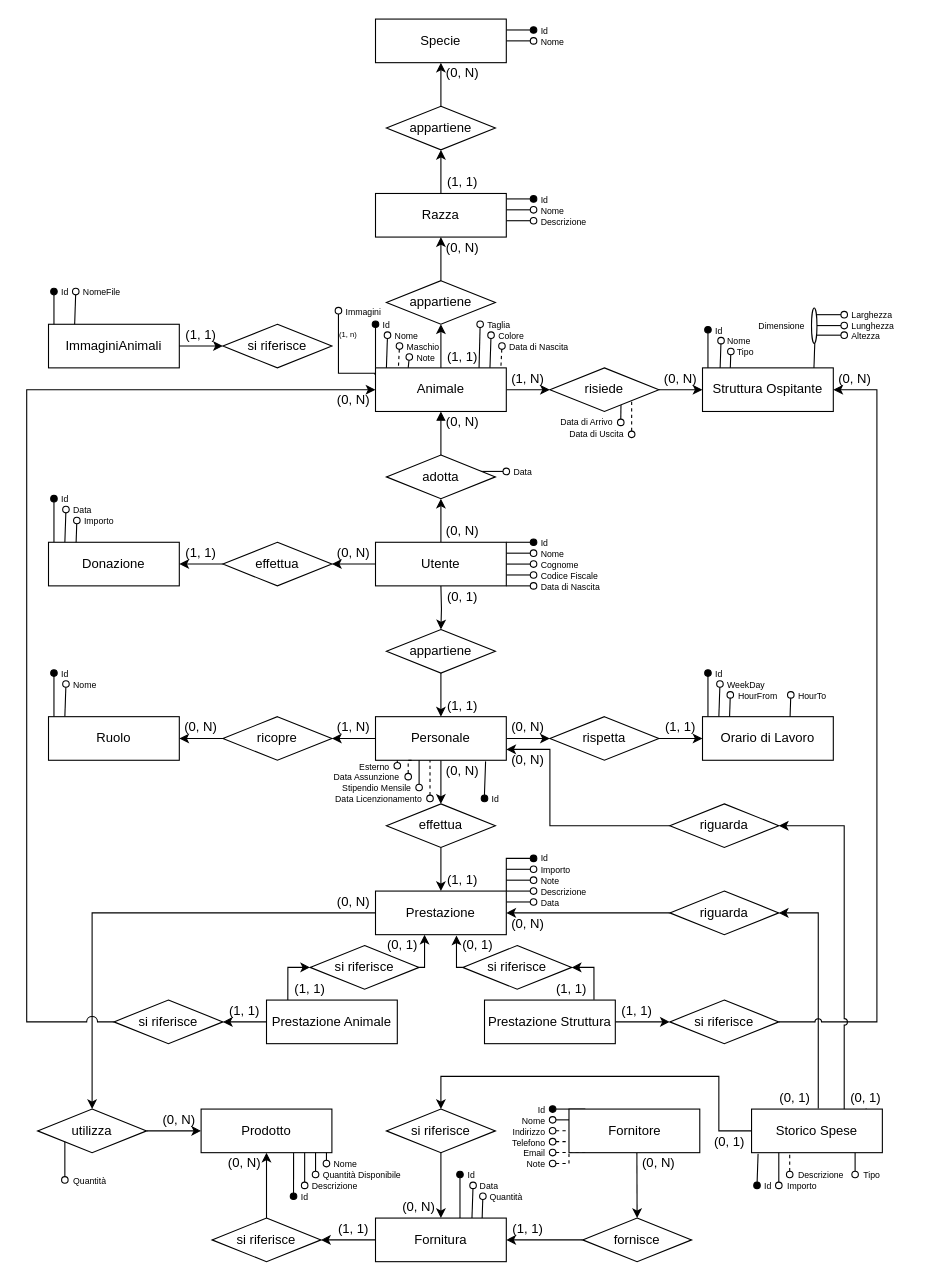
Above: 2102 Basi di Dati/project/ER/ER_ristrutturato.drawio in MatteoGalletta/university (draw.io), before the change. Source tidied: cells renumbered, new cells numbered last; positions are measured from the earlier drawing's top-left corner, leaving out a move shared by most shapes. Both pictures are drawn from the tidied source at 109%, with x=0, y=0 at pixel (26, 19).
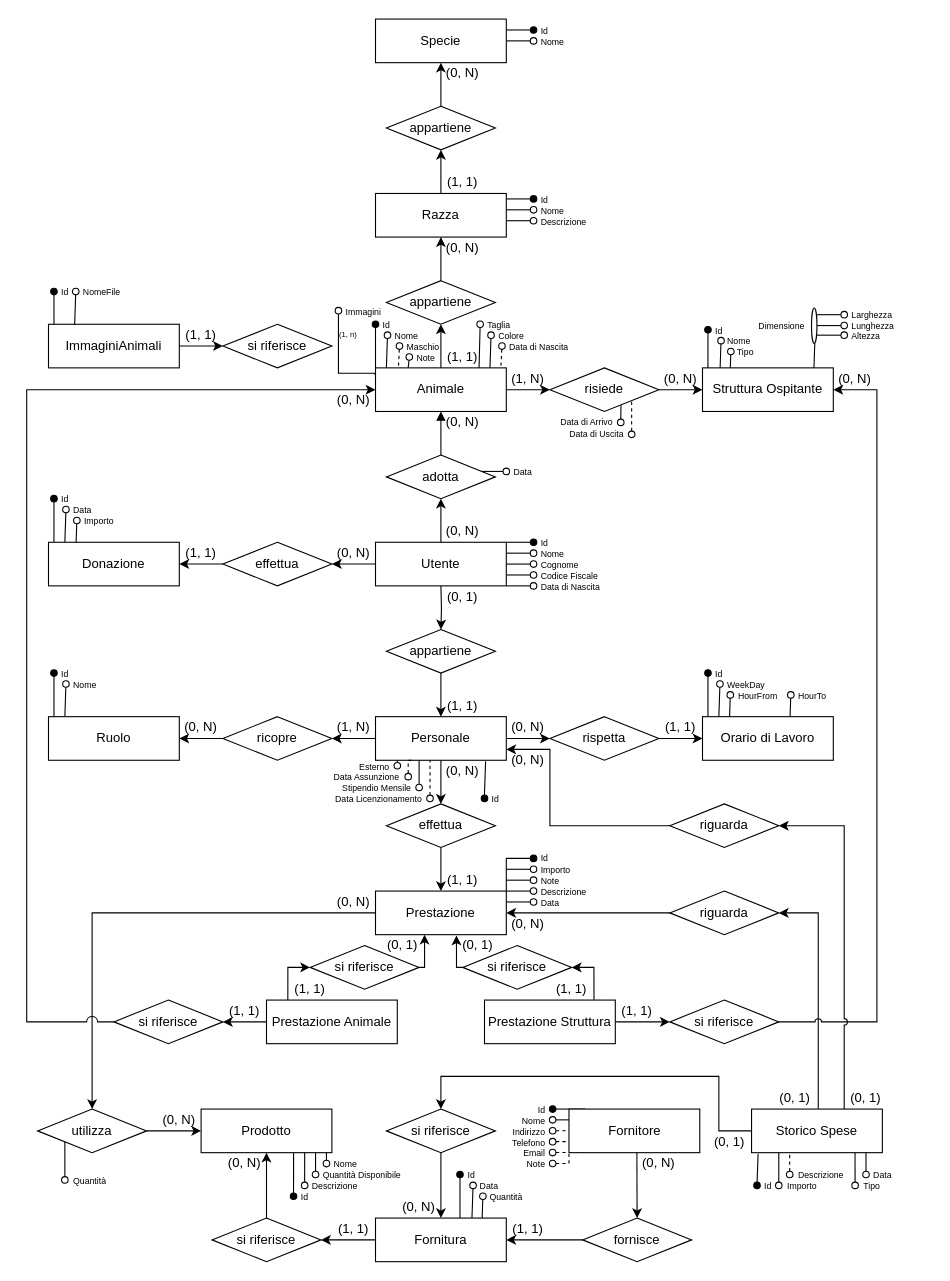
After the change.

Unchanged cells that the change refers to:
```xml
<mxCell id="19" value="riguarda" style="rhombus;whiteSpace=wrap;html=1;" parent="1" vertex="1">
  <mxGeometry x="590" y="720" width="100" height="40" as="geometry" />
</mxCell>
<mxCell id="21" value="riguarda" style="rhombus;whiteSpace=wrap;html=1;" parent="1" vertex="1">
  <mxGeometry x="590" y="800" width="100" height="40" as="geometry" />
</mxCell>
<mxCell id="26" value="(0, 1)" style="text;html=1;align=center;verticalAlign=middle;whiteSpace=wrap;rounded=0;" parent="1" vertex="1">
  <mxGeometry x="750" y="980" width="40" height="20" as="geometry" />
</mxCell>
<mxCell id="46" value="si riferisce" style="rhombus;whiteSpace=wrap;html=1;" parent="1" vertex="1">
  <mxGeometry x="330" y="1000" width="100" height="40" as="geometry" />
</mxCell>
```

Change to the diagram source:
```diff
@@
-    <mxCell id="16" style="edgeStyle=orthogonalEdgeStyle;rounded=0;orthogonalLoop=1;jettySize=auto;html=1;startArrow=oval;startFill=0;endArrow=none;endFill=0;" parent="1" edge="1">
-      <mxGeometry relative="1" as="geometry">
-        <mxPoint x="760" y="1060" as="sourcePoint" />
-        <mxPoint x="760" y="1040" as="targetPoint" />
-        <Array as="points">
-          <mxPoint x="760" y="1060" />
-        </Array>
-      </mxGeometry>
-    </mxCell>
-    <mxCell id="17" value="&lt;font style=&quot;font-size: 8px;&quot;&gt;Tipo&lt;/font&gt;" style="text;html=1;align=left;verticalAlign=middle;whiteSpace=wrap;rounded=0;spacingLeft=5;" parent="1" vertex="1">
-      <mxGeometry x="761" y="1055" width="60" height="10" as="geometry" />
-    </mxCell>
@@
-    <mxCell id="22" style="edgeStyle=orthogonalEdgeStyle;rounded=0;jettySize=auto;html=1;entryX=1;entryY=0.5;entryDx=0;entryDy=0;jumpStyle=arc;exitX=0.51;exitY=-0.011;exitDx=0;exitDy=0;exitPerimeter=0;" parent="1" edge="1" source="149" target="21">
+    <mxCell id="22" style="edgeStyle=orthogonalEdgeStyle;rounded=0;jettySize=auto;html=1;entryX=1;entryY=0.5;entryDx=0;entryDy=0;jumpStyle=arc;exitX=0.51;exitY=-0.011;exitDx=0;exitDy=0;exitPerimeter=0;" parent="1" edge="1" target="21">
       <mxGeometry relative="1" as="geometry">
+        <mxPoint x="726.2" y="999.6" as="sourcePoint" />
         <Array as="points">
           <mxPoint x="726" y="820" />
         </Array>
       </mxGeometry>
     </mxCell>
@@
-    <mxCell id="47" style="edgeStyle=orthogonalEdgeStyle;rounded=0;jettySize=auto;html=1;entryX=0.5;entryY=0;entryDx=0;entryDy=0;" parent="1" edge="1" source="149" target="46">
+    <mxCell id="47" style="edgeStyle=orthogonalEdgeStyle;rounded=0;jettySize=auto;html=1;entryX=0.5;entryY=0;entryDx=0;entryDy=0;" parent="1" edge="1" target="46">
       <mxGeometry relative="1" as="geometry">
+        <mxPoint x="665" y="1020" as="sourcePoint" />
         <Array as="points">
           <mxPoint x="635" y="1020" />
           <mxPoint x="635" y="970" />
           <mxPoint x="380" y="970" />
         </Array>
       </mxGeometry>
     </mxCell>
@@
+    <mxCell id="264" style="edgeStyle=orthogonalEdgeStyle;rounded=0;jettySize=auto;html=1;startArrow=oval;startFill=0;endArrow=none;endFill=0;entryX=0.791;entryY=0.984;entryDx=0;entryDy=0;entryPerimeter=0;" parent="1" edge="1" target="149">
+      <mxGeometry relative="1" as="geometry">
+        <mxPoint x="760" y="1070" as="sourcePoint" />
+      </mxGeometry>
+    </mxCell>
+    <mxCell id="17" value="&lt;font style=&quot;font-size: 8px;&quot;&gt;Tipo&lt;/font&gt;" style="text;html=1;align=left;verticalAlign=middle;whiteSpace=wrap;rounded=0;spacingLeft=5;" parent="1" vertex="1">
+      <mxGeometry x="761" y="1065" width="60" height="10" as="geometry" />
+    </mxCell>
+    <mxCell id="265" value="&lt;font style=&quot;font-size: 8px;&quot;&gt;Data&lt;/font&gt;" style="text;html=1;align=left;verticalAlign=middle;whiteSpace=wrap;rounded=0;spacingLeft=5;" parent="1" vertex="1">
+      <mxGeometry x="770" y="1055" width="60" height="10" as="geometry" />
+    </mxCell>
+    <mxCell id="266" style="edgeStyle=orthogonalEdgeStyle;rounded=0;orthogonalLoop=1;jettySize=auto;html=1;startArrow=oval;startFill=0;endArrow=none;endFill=0;" parent="1" edge="1">
+      <mxGeometry relative="1" as="geometry">
+        <mxPoint x="770" y="1060" as="sourcePoint" />
+        <mxPoint x="770" y="1040" as="targetPoint" />
+        <Array as="points">
+          <mxPoint x="770" y="1060" />
+        </Array>
+      </mxGeometry>
+    </mxCell>
@@
-    <mxCell id="148" style="edgeStyle=orthogonalEdgeStyle;rounded=0;jettySize=auto;html=1;exitX=0.876;exitY=-0.011;exitDx=0;exitDy=0;exitPerimeter=0;entryX=1;entryY=0.5;entryDx=0;entryDy=0;jumpStyle=arc;" parent="132" edge="1" source="149" target="19">
+    <mxCell id="148" style="edgeStyle=orthogonalEdgeStyle;rounded=0;jettySize=auto;html=1;exitX=0;exitY=1;exitDx=0;exitDy=0;entryX=1;entryY=0.5;entryDx=0;entryDy=0;jumpStyle=arc;" parent="132" edge="1" source="26" target="19">
       <mxGeometry relative="1" as="geometry">
         <Array as="points">
-          <mxPoint x="750" y="1001" />
           <mxPoint x="750" y="740" />
         </Array>
       </mxGeometry>
     </mxCell>
-    <mxCell id="149" value="Storico Spese" style="rounded=0;whiteSpace=wrap;html=1;" parent="132" vertex="1">
-      <mxGeometry x="665" y="1000" width="120" height="40" as="geometry" />
-    </mxCell>
@@
+    <mxCell id="149" value="Storico Spese" style="rounded=0;whiteSpace=wrap;html=1;" parent="246" vertex="1">
+      <mxGeometry x="665" y="1000" width="120" height="40" as="geometry" />
+    </mxCell>
```
